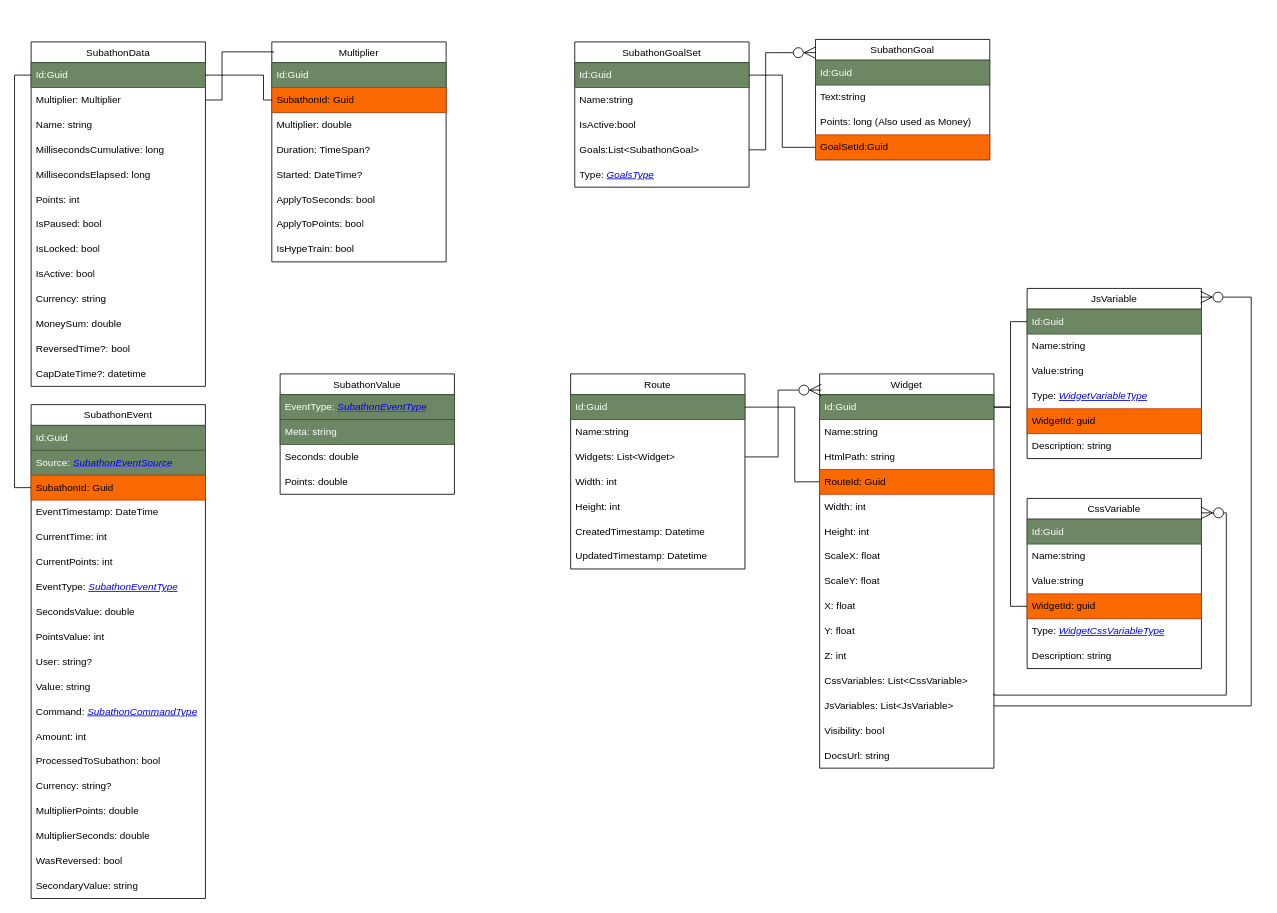
Earlier version of the draw.io diagram page "Database Models" (4 of 9) of wiki/docs/SubathonManager_Design.drawio (WolfwithSword/SubathonManager-docs). Source tidied: cells renumbered, new cells numbered last; positions are measured from the earlier drawing's top-left corner, leaving out a move shared by most shapes. Both pictures are drawn from the tidied source at 83%, with x=0, y=0 at pixel (31, 39).
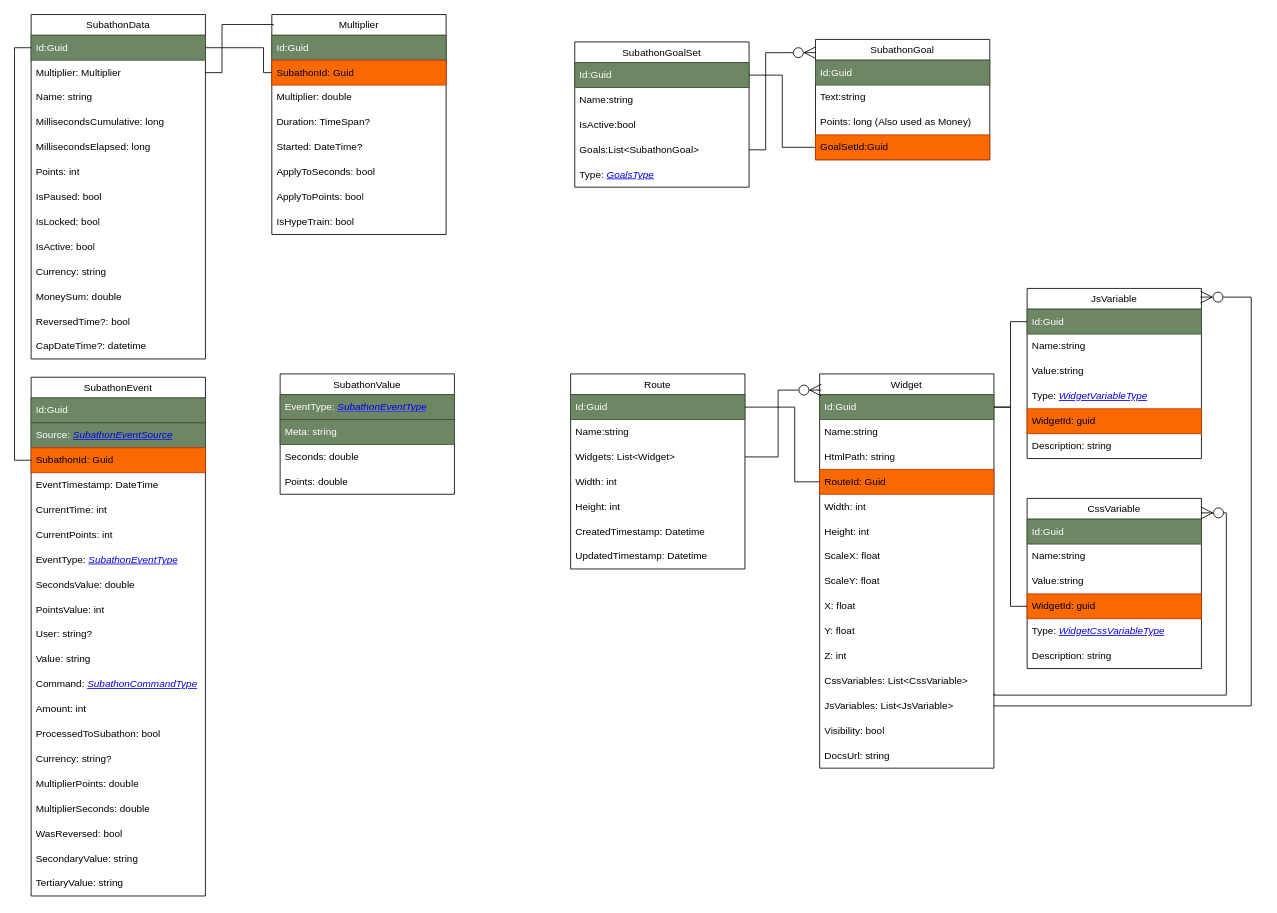
Above is the later version.

The change refers to these unchanged cells:
```xml
<mxCell id="55" value="Id:Guid" style="text;strokeColor=#3A5431;fillColor=#6d8764;align=left;verticalAlign=middle;spacingLeft=4;spacingRight=4;overflow=hidden;points=[[0,0.5],[1,0.5]];portConstraint=eastwest;whiteSpace=wrap;html=1;fontColor=#ffffff;" parent="54" vertex="1">
  <mxGeometry y="25" width="210" height="30" as="geometry" />
</mxCell>
<mxCell id="56" value="Multiplier: Multiplier" style="text;strokeColor=none;fillColor=none;align=left;verticalAlign=middle;spacingLeft=4;spacingRight=4;overflow=hidden;points=[[0,0.5],[1,0.5]];portConstraint=eastwest;whiteSpace=wrap;html=1;" parent="54" vertex="1">
  <mxGeometry y="55" width="210" height="30" as="geometry" />
</mxCell>
<mxCell id="70" value="SubathonId: Guid" style="text;strokeColor=#C73500;fillColor=#fa6800;align=left;verticalAlign=middle;spacingLeft=4;spacingRight=4;overflow=hidden;points=[[0,0.5],[1,0.5]];portConstraint=eastwest;whiteSpace=wrap;html=1;fontColor=#000000;" parent="68" vertex="1">
  <mxGeometry y="55" width="210" height="30" as="geometry" />
</mxCell>
```

What changed in the source:
```diff
@@
     <mxCell id="54" value="SubathonData" style="swimlane;fontStyle=0;horizontal=1;startSize=25;whiteSpace=wrap;html=1;" parent="1" vertex="1">
-      <mxGeometry y="3" width="210" height="415" as="geometry" />
+      <mxGeometry y="-30" width="210" height="415" as="geometry" />
     </mxCell>
@@
     <mxCell id="68" value="Multiplier" style="swimlane;fontStyle=0;horizontal=1;startSize=25;whiteSpace=wrap;html=1;" parent="1" vertex="1">
-      <mxGeometry x="290" y="3" width="210" height="265" as="geometry" />
+      <mxGeometry x="290" y="-30" width="210" height="265" as="geometry" />
     </mxCell>
@@
     <mxCell id="77" style="edgeStyle=orthogonalEdgeStyle;rounded=0;jettySize=auto;html=1;entryX=1;entryY=0.5;entryDx=0;entryDy=0;endArrow=none;endFill=0;" parent="1" edge="1" source="70" target="55">
       <mxGeometry relative="1" as="geometry">
         <Array as="points">
-          <mxPoint x="280" y="73" />
-          <mxPoint x="280" y="43" />
+          <mxPoint x="280" y="40" />
+          <mxPoint x="280" y="10" />
         </Array>
       </mxGeometry>
     </mxCell>
     <mxCell id="78" value="SubathonEvent" style="swimlane;fontStyle=0;horizontal=1;startSize=25;whiteSpace=wrap;html=1;" parent="1" vertex="1">
-      <mxGeometry y="440" width="210" height="595" as="geometry" />
+      <mxGeometry y="407" width="210" height="625" as="geometry" />
     </mxCell>
@@
+    <mxCell id="110" value="TertiaryValue: string" style="text;strokeColor=none;fillColor=none;align=left;verticalAlign=middle;spacingLeft=4;spacingRight=4;overflow=hidden;whiteSpace=wrap;html=1;" parent="78" vertex="1">
+      <mxGeometry y="595" width="210" height="30" as="geometry" />
+    </mxCell>
     <mxCell id="98" style="edgeStyle=orthogonalEdgeStyle;rounded=0;jettySize=auto;html=1;entryX=0.008;entryY=0.05;entryDx=0;entryDy=0;entryPerimeter=0;endArrow=none;endFill=0;" parent="1" edge="1" source="56" target="68">
       <mxGeometry relative="1" as="geometry">
         <Array as="points">
-          <mxPoint x="230" y="73" />
-          <mxPoint x="230" y="15" />
+          <mxPoint x="230" y="40" />
+          <mxPoint x="230" y="-18" />
         </Array>
       </mxGeometry>
     </mxCell>
```
